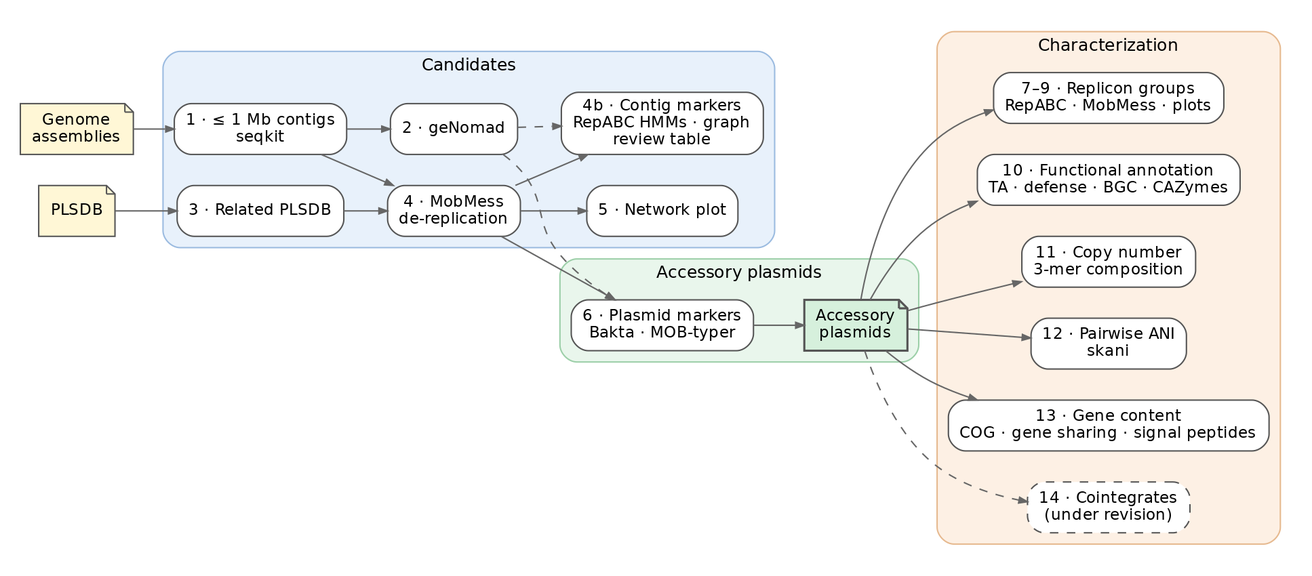
This is assets/workflow_compact.png from juanjo255/AccPlasPipeline, a Graphviz export, as it was before one commit. Its source is kept beside it as assets/workflow_compact.dot. Source of this version:
```dot
digraph AccPlasPipelineCompact {
    graph [rankdir=LR, newrank=true, nodesep=0.3, ranksep=0.4, pad=0.2, fontname="DejaVu Sans", fontsize=12];
    node  [shape=box, style="rounded,filled", fillcolor=white, color="#555555", fontname="DejaVu Sans", fontsize=11];
    edge  [color="#666666", arrowsize=0.6];

    in [shape=note, fillcolor="#fff7d6", label="Genome\nassemblies"];
    pl [shape=note, fillcolor="#fff7d6", label="PLSDB"];

    subgraph cluster_A {
        label="Candidates"; style="rounded,filled"; fillcolor="#e8f1fb"; color="#9bbbe0";
        s1  [label="1 · ≤ 1 Mb contigs\nseqkit"];
        s2  [label="2 · geNomad"];
        s3  [label="3 · Related PLSDB"];
        s4  [label="4 · MobMess\nde-replication"];
        s4b [label="4b · Contig markers\nRepABC HMMs · graph\nreview table"];
        s5  [label="5 · Network plot"];
    }

    subgraph cluster_B {
        label="Accessory plasmids"; style="rounded,filled"; fillcolor="#e9f6ec"; color="#9ccfa8";
        s6  [label="6 · Plasmid markers\nBakta · MOB-typer"];
        fin [shape=note, fillcolor="#d6f0dc", penwidth=1.5, label="Accessory\nplasmids"];
    }

    subgraph cluster_C {
        label="Characterization"; style="rounded,filled"; fillcolor="#fdf0e4"; color="#e6b98f";
        typ [label="7–9 · Replicon groups\nRepABC · MobMess · plots"];
        ann [label="10 · Functional annotation\nTA · defense · BGC · CAZymes"];
        rep [label="11 · Copy number\n3-mer composition"];
        ani [label="12 · Pairwise ANI\nskani"];
        gc  [label="13 · Gene content\nCOG · gene sharing · signal peptides"];
        coi [style="rounded,filled,dashed", label="14 · Cointegrates\n(under revision)"];
    }

    in -> s1;
    pl -> s3;
    s1 -> s2;
    s1 -> s4;
    s3 -> s4;
    s4 -> s5;
    s4 -> s4b;
    s2 -> s4b [style=dashed];
    s4 -> s6;
    s2 -> s6 [style=dashed];
    s6 -> fin;
    fin -> typ;
    fin -> ann;
    fin -> rep;
    fin -> ani;
    fin -> gc;
    fin -> coi [style=dashed];
}
```
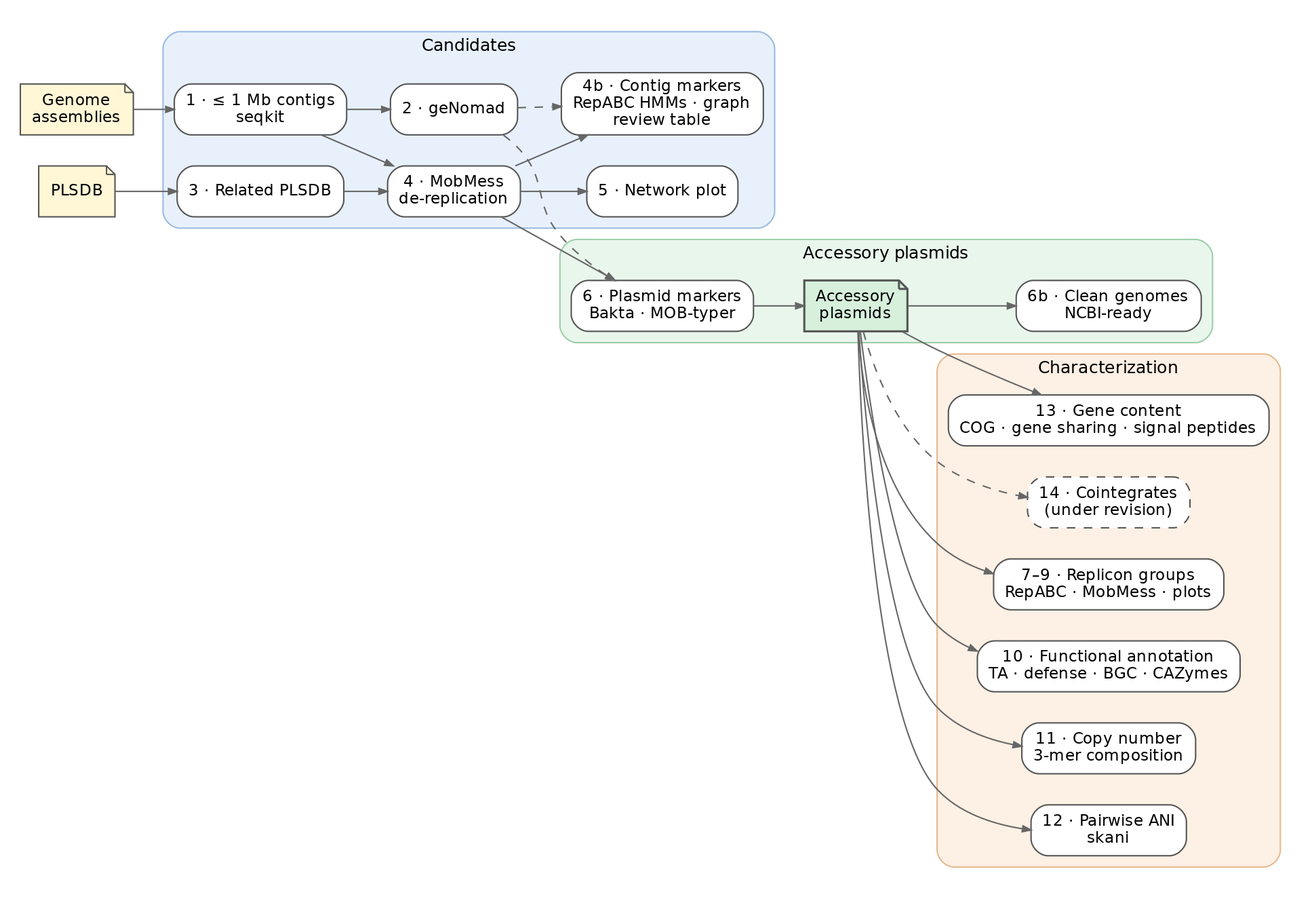
After the change.

Commit message:
add production of cleaned genomes

Diff of the diagram source:
```diff
@@ -20,6 +20,7 @@
         label="Accessory plasmids"; style="rounded,filled"; fillcolor="#e9f6ec"; color="#9ccfa8";
         s6  [label="6 · Plasmid markers\nBakta · MOB-typer"];
         fin [shape=note, fillcolor="#d6f0dc", penwidth=1.5, label="Accessory\nplasmids"];
+        cg  [label="6b · Clean genomes\nNCBI-ready"];
     }
 
     subgraph cluster_C {
@@ -43,6 +44,7 @@
     s4 -> s6;
     s2 -> s6 [style=dashed];
     s6 -> fin;
+    fin -> cg;
     fin -> typ;
     fin -> ann;
     fin -> rep;
```
